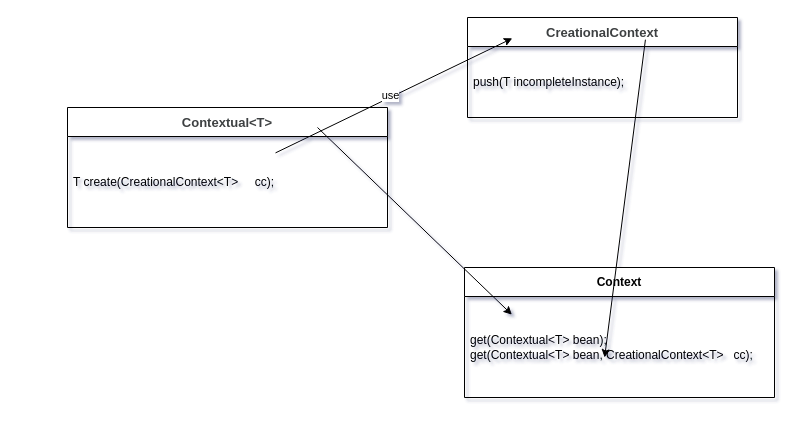
Above: Untitled Diagram.drawio in 11800222/MeleyForDiagramsStorage (draw.io), before the change. Source tidied: cells renumbered, new cells numbered last; positions are measured from the earlier drawing's top-left corner, leaving out a move shared by most shapes. Both pictures are drawn from the tidied source at 100%, with x=0, y=0 at pixel (67, 17).
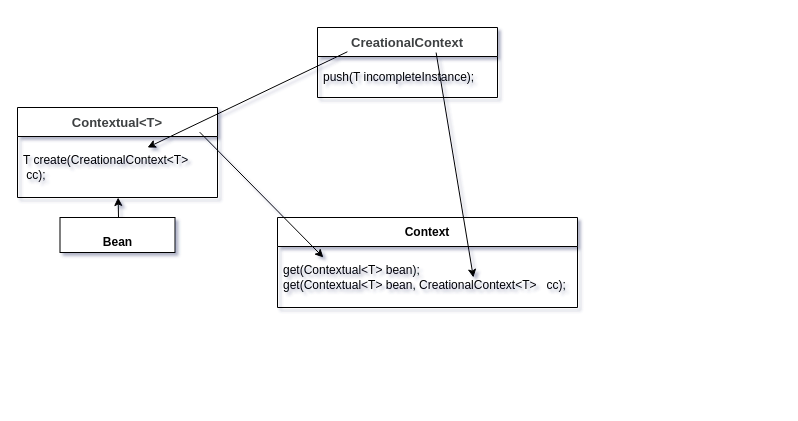
The same page after the edit.

Diff of the diagram source:
```diff
@@
 <mxGraphModel shadow="1">
   <root>
     <mxCell id="0" />
     <mxCell id="1" parent="0" />
     <mxCell id="2" value="&lt;span style=&quot;color: rgb(62, 65, 66); font-family: &amp;quot;Microsoft YaHei&amp;quot;, 微软雅黑, Arial; font-size: 13px; background-color: rgba(227, 222, 214, 0.01); --darkreader-inline-color: #494c4d; --darkreader-inline-bgcolor: rgba(202, 196, 187, 0.01);&quot;&gt;Contextual&amp;lt;T&amp;gt;&lt;/span&gt;" style="swimlane;fontStyle=1;align=center;verticalAlign=middle;horizontal=1;startSize=29;html=1;whiteSpace=wrap;" parent="1" vertex="1">
-      <mxGeometry y="90" width="320" height="120" as="geometry" />
+      <mxGeometry x="-50" y="90" width="200" height="90" as="geometry" />
     </mxCell>
     <mxCell id="3" value="T create(CreationalContext&amp;lt;T&amp;gt;&amp;nbsp; &amp;nbsp; &amp;nbsp;cc);" style="text;html=1;strokeColor=none;fillColor=none;align=left;verticalAlign=middle;spacingLeft=4;spacingRight=4;overflow=hidden;points=[[0,0.5],[1,0.5]];portConstraint=eastwest;whiteSpace=wrap;" parent="2" vertex="1">
-      <mxGeometry y="29" width="320" height="91" as="geometry" />
+      <mxGeometry y="29" width="200" height="61" as="geometry" />
     </mxCell>
     <mxCell id="4" value="Context" style="swimlane;fontStyle=1;align=center;verticalAlign=middle;horizontal=1;startSize=29;html=1;whiteSpace=wrap;" parent="1" vertex="1">
-      <mxGeometry x="397" y="250" width="310" height="130" as="geometry" />
+      <mxGeometry x="210" y="200" width="300" height="90" as="geometry" />
     </mxCell>
     <mxCell id="5" value="&lt;div&gt;get(Contextual&amp;lt;T&amp;gt; bean);&lt;/div&gt;&lt;div&gt;get(Contextual&amp;lt;T&amp;gt; bean, CreationalContext&amp;lt;T&amp;gt;&amp;nbsp; &amp;nbsp;cc);&lt;/div&gt;" style="text;html=1;strokeColor=none;fillColor=none;align=left;verticalAlign=middle;spacingLeft=4;spacingRight=4;overflow=hidden;points=[[0,0.5],[1,0.5]];portConstraint=eastwest;whiteSpace=wrap;" parent="4" vertex="1">
-      <mxGeometry y="29" width="310" height="101" as="geometry" />
+      <mxGeometry y="29" width="300" height="61" as="geometry" />
     </mxCell>
     <mxCell id="6" value="&lt;span style=&quot;color: rgb(62, 65, 66); font-family: &amp;quot;Microsoft YaHei&amp;quot;, 微软雅黑, Arial; font-size: 13px; background-color: rgba(227, 222, 214, 0.01); --darkreader-inline-color: #494c4d; --darkreader-inline-bgcolor: rgba(202, 196, 187, 0.01);&quot;&gt;CreationalContext&lt;/span&gt;" style="swimlane;fontStyle=1;align=center;verticalAlign=middle;horizontal=1;startSize=29;html=1;whiteSpace=wrap;" parent="1" vertex="1">
-      <mxGeometry x="400" width="270" height="100" as="geometry" />
+      <mxGeometry x="250" y="10" width="180" height="70" as="geometry" />
     </mxCell>
     <mxCell id="7" value="push(T incompleteInstance);" style="text;html=1;strokeColor=none;fillColor=none;align=left;verticalAlign=middle;spacingLeft=4;spacingRight=4;overflow=hidden;points=[[0,0.5],[1,0.5]];portConstraint=eastwest;whiteSpace=wrap;" parent="6" vertex="1">
-      <mxGeometry y="29" width="270" height="71" as="geometry" />
+      <mxGeometry y="29" width="180" height="41" as="geometry" />
     </mxCell>
-    <mxCell id="8" style="endArrow=none;html=1;rounded=0;exitX=0.166;exitY=-0.115;exitDx=0;exitDy=0;exitPerimeter=0;entryX=0.65;entryY=0.18;entryDx=0;entryDy=0;entryPerimeter=0;strokeColor=default;startArrow=classic;startFill=1;endFill=0;" parent="1" edge="1" source="7" target="3">
+    <mxCell id="8" style="endArrow=classic;html=1;rounded=0;exitX=0.166;exitY=-0.115;exitDx=0;exitDy=0;exitPerimeter=0;entryX=0.65;entryY=0.18;entryDx=0;entryDy=0;entryPerimeter=0;" parent="1" edge="1" source="7" target="3">
       <mxGeometry relative="1" as="geometry" />
     </mxCell>
-    <mxCell id="9" value="use" style="edgeLabel;html=1;align=center;verticalAlign=middle;" parent="8" vertex="1">
-      <mxGeometry x="0.03" y="-1" relative="1" as="geometry">
-        <mxPoint y="-1" as="offset" />
-      </mxGeometry>
-    </mxCell>
-    <mxCell id="10" style="endArrow=classic;html=1;rounded=0;exitX=0.659;exitY=-0.096;exitDx=0;exitDy=0;exitPerimeter=0;entryX=0.452;entryY=0.604;entryDx=0;entryDy=0;entryPerimeter=0;" parent="1" edge="1" source="7" target="5">
+    <mxCell id="10" style="endArrow=classic;html=1;rounded=0;exitX=0.659;exitY=-0.096;exitDx=0;exitDy=0;exitPerimeter=0;entryX=0.653;entryY=0.508;entryDx=0;entryDy=0;entryPerimeter=0;" parent="1" edge="1" source="7" target="5">
       <mxGeometry relative="1" as="geometry" />
     </mxCell>
-    <mxCell id="11" style="endArrow=classic;html=1;rounded=0;entryX=0.153;entryY=0.18;entryDx=0;entryDy=0;entryPerimeter=0;" parent="1" edge="1" target="5">
-      <mxGeometry relative="1" as="geometry">
-        <mxPoint x="250" y="110" as="sourcePoint" />
-      </mxGeometry>
-    </mxCell>
+    <mxCell id="12" style="endArrow=classic;html=1;rounded=0;entryX=0.153;entryY=0.18;entryDx=0;entryDy=0;entryPerimeter=0;exitX=0.911;exitY=-0.071;exitDx=0;exitDy=0;exitPerimeter=0;" parent="1" edge="1" source="3" target="5">
+      <mxGeometry relative="1" as="geometry" />
+    </mxCell>
+    <mxCell id="13" value="&lt;p style=&quot;margin:0px;margin-top:4px;text-align:center;&quot;&gt;&lt;br&gt;&lt;b&gt;Bean&lt;/b&gt;&lt;/p&gt;" style="verticalAlign=top;align=left;overflow=fill;html=1;whiteSpace=wrap;" parent="1" vertex="1">
+      <mxGeometry x="-7.5" y="200" width="115" height="35" as="geometry" />
+    </mxCell>
+    <mxCell id="14" style="endArrow=classic;html=1;rounded=0;exitX=0.509;exitY=0.01;exitDx=0;exitDy=0;exitPerimeter=0;" parent="1" edge="1" source="13" target="3">
+      <mxGeometry relative="1" as="geometry" />
+    </mxCell>
   </root>
 </mxGraphModel>
```
